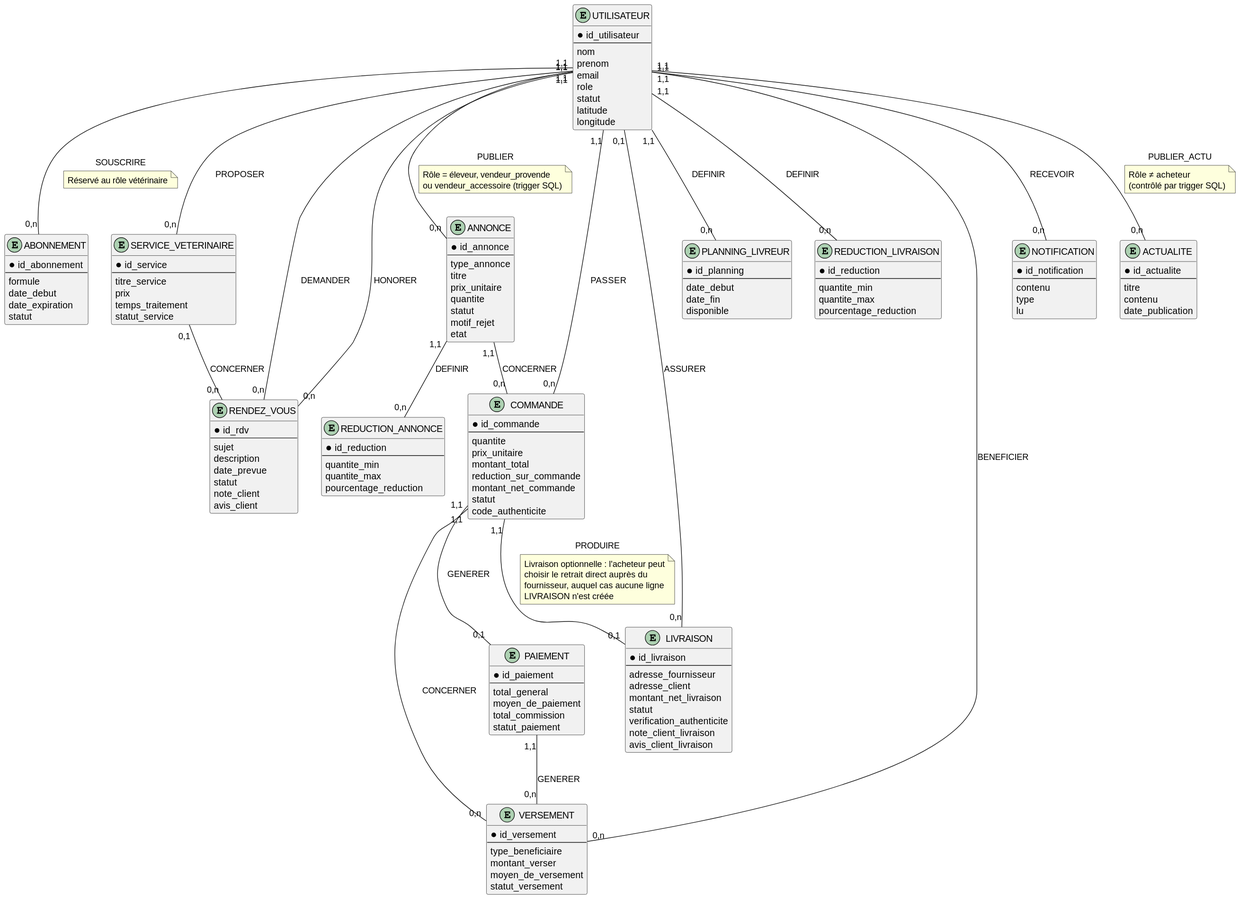
agoglodan-antoine/agoglodan-et-lassissou keeps this PlantUML diagram as docs/diagrammes.puml/output/er_diagram.svg. Above is the earlier version. Its diagram source:
```plantuml
@startuml

entity UTILISATEUR {
  * id_utilisateur
  --
  nom
  prenom
  email
  role
  statut
  latitude
  longitude
}

entity ABONNEMENT {
  * id_abonnement
  --
  formule
  date_debut
  date_expiration
  statut
}

entity SERVICE_VETERINAIRE {
  * id_service
  --
  titre_service
  prix
  temps_traitement
  statut_service
}

entity RENDEZ_VOUS {
  * id_rdv
  --
  sujet
  description
  date_prevue
  statut
  note_client
  avis_client
}

entity ANNONCE {
  * id_annonce
  --
  type_annonce
  titre
  prix_unitaire
  quantite
  statut
  motif_rejet
  etat
}

entity REDUCTION_ANNONCE {
  * id_reduction
  --
  quantite_min
  quantite_max
  pourcentage_reduction
}

entity COMMANDE {
  * id_commande
  --
  quantite
  prix_unitaire
  montant_total
  reduction_sur_commande
  montant_net_commande
  statut
  code_authenticite
}

entity PAIEMENT {
  * id_paiement
  --
  total_general
  moyen_de_paiement
  total_commission
  statut_paiement
}

entity LIVRAISON {
  * id_livraison
  --
  adresse_fournisseur
  adresse_client
  montant_net_livraison
  statut
  verification_authenticite
  note_client_livraison
  avis_client_livraison
}

entity PLANNING_LIVREUR {
  * id_planning
  --
  date_debut
  date_fin
  disponible
}

entity REDUCTION_LIVRAISON {
  * id_reduction
  --
  quantite_min
  quantite_max
  pourcentage_reduction
}

entity VERSEMENT {
  * id_versement
  --
  type_beneficiaire
  montant_verser
  moyen_de_versement
  statut_versement
}

entity NOTIFICATION {
  * id_notification
  --
  contenu
  type
  lu
}

entity ACTUALITE {
  * id_actualite
  --
  titre
  contenu
  date_publication
}

UTILISATEUR "1,1" -- "0,n" ABONNEMENT : SOUSCRIRE
note on link
  Réservé au rôle vétérinaire
end note
UTILISATEUR "1,1" -- "0,n" SERVICE_VETERINAIRE : PROPOSER
UTILISATEUR "1,1" -- "0,n" RENDEZ_VOUS : DEMANDER
UTILISATEUR "1,1" -- "0,n" RENDEZ_VOUS : HONORER
SERVICE_VETERINAIRE "0,1" -- "0,n" RENDEZ_VOUS : CONCERNER

UTILISATEUR "1,1" -- "0,n" ANNONCE : PUBLIER
note on link
  Rôle = éleveur, vendeur_provende
  ou vendeur_accessoire (trigger SQL)
end note
ANNONCE "1,1" -- "0,n" REDUCTION_ANNONCE : DEFINIR

UTILISATEUR "1,1" -- "0,n" COMMANDE : PASSER
ANNONCE "1,1" -- "0,n" COMMANDE : CONCERNER
COMMANDE "1,1" -- "0,1" PAIEMENT : GENERER
COMMANDE "1,1" -- "0,1" LIVRAISON : PRODUIRE
note on link
  Livraison optionnelle : l'acheteur peut
  choisir le retrait direct auprès du
  fournisseur, auquel cas aucune ligne
  LIVRAISON n'est créée
end note

UTILISATEUR "0,1" -- "0,n" LIVRAISON : ASSURER
UTILISATEUR "1,1" -- "0,n" PLANNING_LIVREUR : DEFINIR
UTILISATEUR "1,1" -- "0,n" REDUCTION_LIVRAISON : DEFINIR

PAIEMENT "1,1" -- "0,n" VERSEMENT : GENERER
COMMANDE "1,1" -- "0,n" VERSEMENT : CONCERNER
UTILISATEUR "1,1" -- "0,n" VERSEMENT : BENEFICIER

UTILISATEUR "1,1" -- "0,n" NOTIFICATION : RECEVOIR
UTILISATEUR "1,1" -- "0,n" ACTUALITE : PUBLIER_ACTU
note on link
  Rôle ≠ acheteur
  (contrôlé par trigger SQL)
end note
@enduml
```
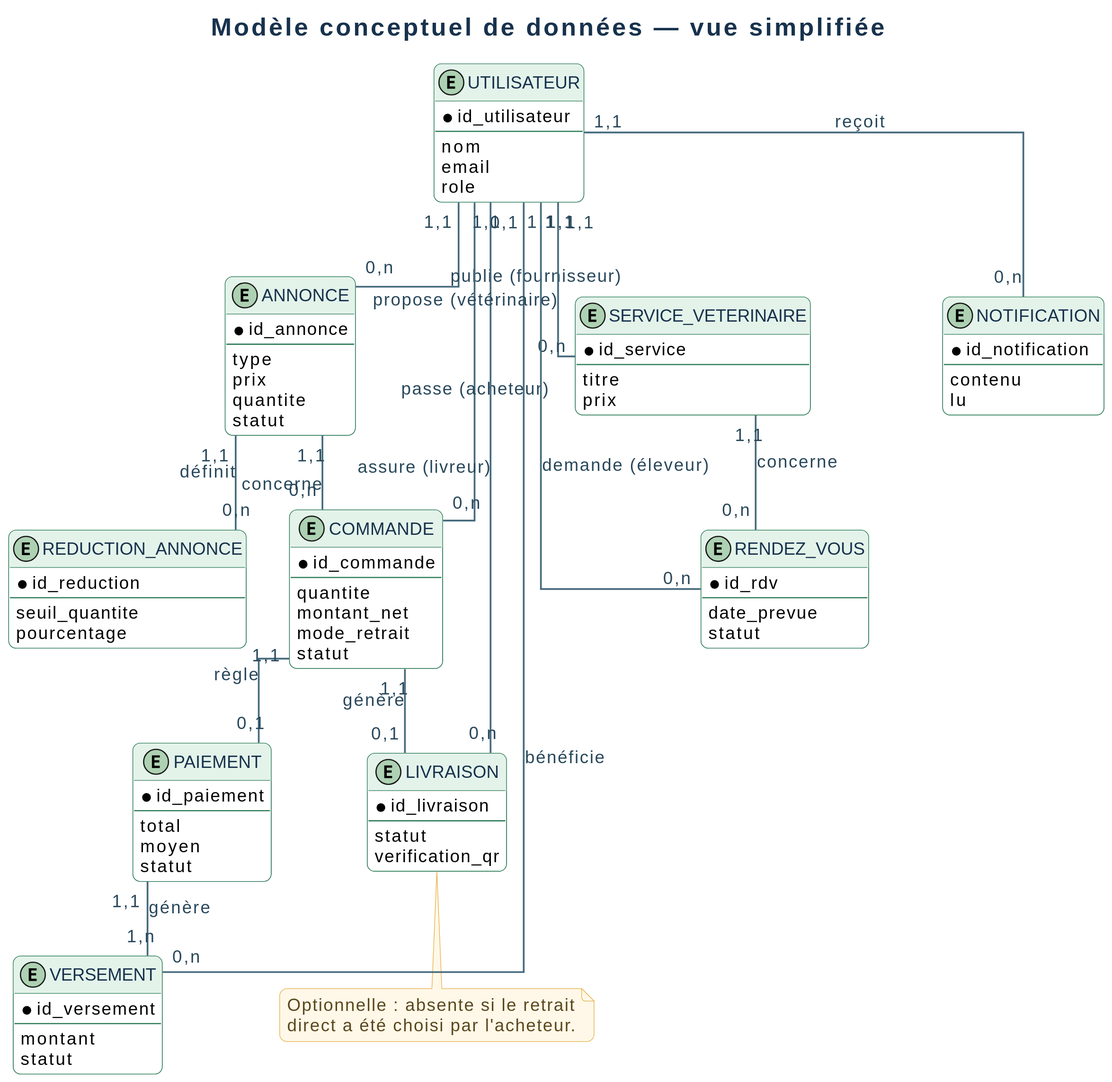
After the change.

Diff of the diagram source:
```diff
@@ -1,179 +1,92 @@
 @startuml
+!include diagram_style.iuml
+
+top to bottom direction
+title Modèle conceptuel de données — vue simplifiée
 
 entity UTILISATEUR {
   * id_utilisateur
   --
   nom
-  prenom
   email
   role
-  statut
-  latitude
-  longitude
 }
-
-entity ABONNEMENT {
-  * id_abonnement
-  --
-  formule
-  date_debut
-  date_expiration
-  statut
-}
-
-entity SERVICE_VETERINAIRE {
-  * id_service
-  --
-  titre_service
-  prix
-  temps_traitement
-  statut_service
-}
-
-entity RENDEZ_VOUS {
-  * id_rdv
-  --
-  sujet
-  description
-  date_prevue
-  statut
-  note_client
-  avis_client
-}
-
 entity ANNONCE {
   * id_annonce
   --
-  type_annonce
-  titre
-  prix_unitaire
+  type
+  prix
   quantite
   statut
-  motif_rejet
-  etat
 }
-
 entity REDUCTION_ANNONCE {
   * id_reduction
   --
-  quantite_min
-  quantite_max
-  pourcentage_reduction
+  seuil_quantite
+  pourcentage
 }
-
 entity COMMANDE {
   * id_commande
   --
   quantite
-  prix_unitaire
-  montant_total
-  reduction_sur_commande
-  montant_net_commande
+  montant_net
+  mode_retrait
   statut
-  code_authenticite
 }
-
 entity PAIEMENT {
   * id_paiement
   --
-  total_general
-  moyen_de_paiement
-  total_commission
-  statut_paiement
+  total
+  moyen
+  statut
 }
-
 entity LIVRAISON {
   * id_livraison
   --
-  adresse_fournisseur
-  adresse_client
-  montant_net_livraison
   statut
-  verification_authenticite
-  note_client_livraison
-  avis_client_livraison
+  verification_qr
 }
-
-entity PLANNING_LIVREUR {
-  * id_planning
-  --
-  date_debut
-  date_fin
-  disponible
-}
-
-entity REDUCTION_LIVRAISON {
-  * id_reduction
-  --
-  quantite_min
-  quantite_max
-  pourcentage_reduction
-}
-
 entity VERSEMENT {
   * id_versement
   --
-  type_beneficiaire
-  montant_verser
-  moyen_de_versement
-  statut_versement
+  montant
+  statut
 }
-
+entity SERVICE_VETERINAIRE {
+  * id_service
+  --
+  titre
+  prix
+}
+entity RENDEZ_VOUS {
+  * id_rdv
+  --
+  date_prevue
+  statut
+}
 entity NOTIFICATION {
   * id_notification
   --
   contenu
-  type
   lu
 }
 
-entity ACTUALITE {
-  * id_actualite
-  --
-  titre
-  contenu
-  date_publication
-}
+UTILISATEUR "1,1" -- "0,n" ANNONCE : publie (fournisseur)
+ANNONCE "1,1" -- "0,n" REDUCTION_ANNONCE : définit
+UTILISATEUR "1,1" -- "0,n" COMMANDE : passe (acheteur)
+ANNONCE "1,1" -- "0,n" COMMANDE : concerne
+COMMANDE "1,1" -- "0,1" PAIEMENT : règle
+COMMANDE "1,1" -- "0,1" LIVRAISON : génère
+UTILISATEUR "0,1" -- "0,n" LIVRAISON : assure (livreur)
+PAIEMENT "1,1" -- "1,n" VERSEMENT : génère
+UTILISATEUR "1,1" -- "0,n" VERSEMENT : bénéficie
+UTILISATEUR "1,1" -- "0,n" SERVICE_VETERINAIRE : propose (vétérinaire)
+SERVICE_VETERINAIRE "1,1" -- "0,n" RENDEZ_VOUS : concerne
+UTILISATEUR "1,1" -- "0,n" RENDEZ_VOUS : demande (éleveur)
+UTILISATEUR "1,1" -- "0,n" NOTIFICATION : reçoit
 
-UTILISATEUR "1,1" -- "0,n" ABONNEMENT : SOUSCRIRE
-note on link
-  Réservé au rôle vétérinaire
-end note
-UTILISATEUR "1,1" -- "0,n" SERVICE_VETERINAIRE : PROPOSER
-UTILISATEUR "1,1" -- "0,n" RENDEZ_VOUS : DEMANDER
-UTILISATEUR "1,1" -- "0,n" RENDEZ_VOUS : HONORER
-SERVICE_VETERINAIRE "0,1" -- "0,n" RENDEZ_VOUS : CONCERNER
-
-UTILISATEUR "1,1" -- "0,n" ANNONCE : PUBLIER
-note on link
-  Rôle = éleveur, vendeur_provende
-  ou vendeur_accessoire (trigger SQL)
-end note
-ANNONCE "1,1" -- "0,n" REDUCTION_ANNONCE : DEFINIR
-
-UTILISATEUR "1,1" -- "0,n" COMMANDE : PASSER
-ANNONCE "1,1" -- "0,n" COMMANDE : CONCERNER
-COMMANDE "1,1" -- "0,1" PAIEMENT : GENERER
-COMMANDE "1,1" -- "0,1" LIVRAISON : PRODUIRE
-note on link
-  Livraison optionnelle : l'acheteur peut
-  choisir le retrait direct auprès du
-  fournisseur, auquel cas aucune ligne
-  LIVRAISON n'est créée
-end note
-
-UTILISATEUR "0,1" -- "0,n" LIVRAISON : ASSURER
-UTILISATEUR "1,1" -- "0,n" PLANNING_LIVREUR : DEFINIR
-UTILISATEUR "1,1" -- "0,n" REDUCTION_LIVRAISON : DEFINIR
-
-PAIEMENT "1,1" -- "0,n" VERSEMENT : GENERER
-COMMANDE "1,1" -- "0,n" VERSEMENT : CONCERNER
-UTILISATEUR "1,1" -- "0,n" VERSEMENT : BENEFICIER
-
-UTILISATEUR "1,1" -- "0,n" NOTIFICATION : RECEVOIR
-UTILISATEUR "1,1" -- "0,n" ACTUALITE : PUBLIER_ACTU
-note on link
-  Rôle ≠ acheteur
-  (contrôlé par trigger SQL)
+note bottom of LIVRAISON
+  Optionnelle : absente si le retrait
+  direct a été choisi par l'acheteur.
 end note
 @enduml
```
